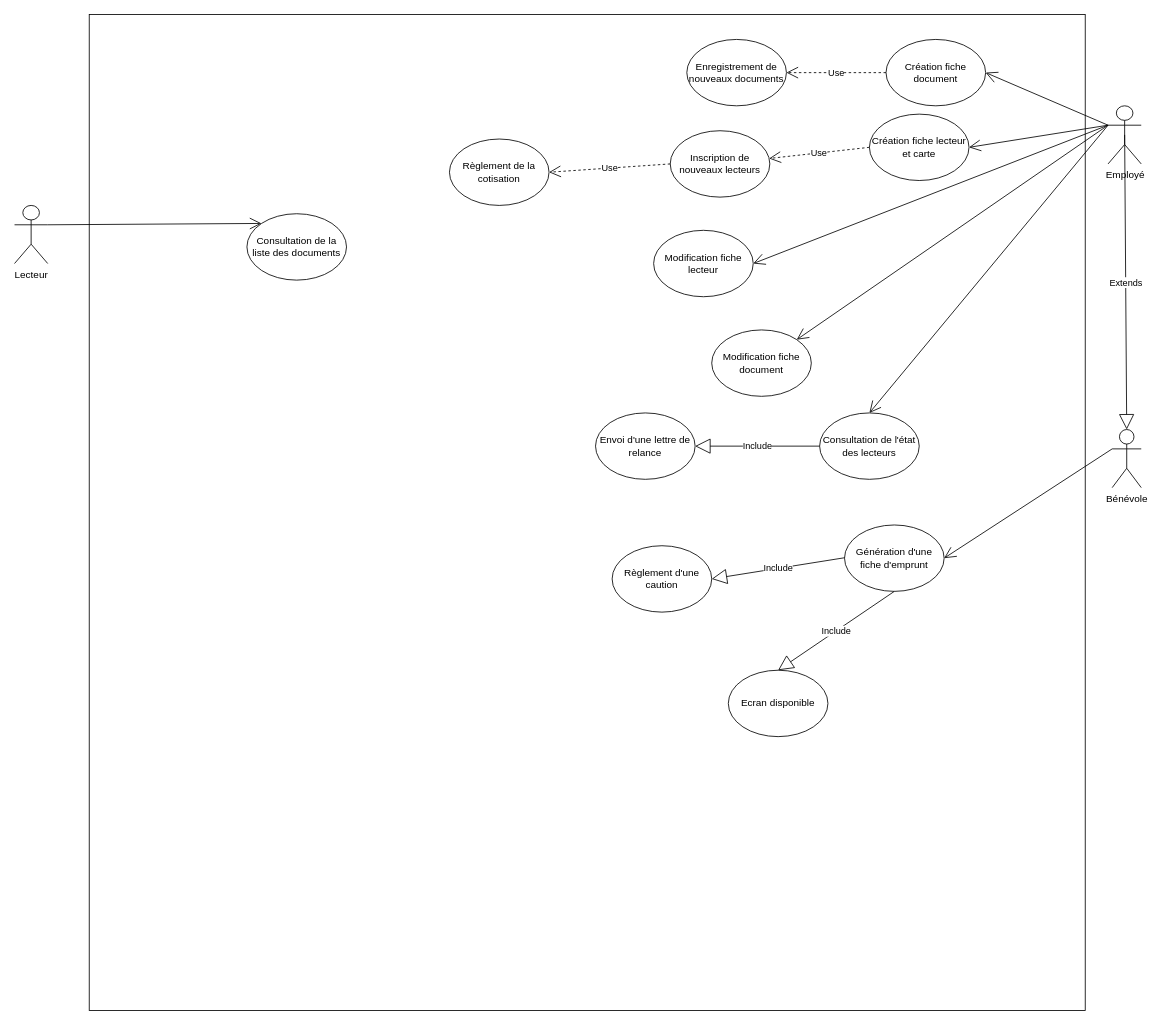
Before: Développer des composants d'interface/Maquetter une application/UML Partie 1/Phase 2 - Cas d'utilisation et Scénarios/diagramme_cas_d_utilisation.drawio in BaltoClem/Travaux_CDA, a draw.io diagram. Source tidied: cells renumbered, new cells numbered last; positions are measured from the earlier drawing's top-left corner, leaving out a move shared by most shapes. Both pictures are drawn from the tidied source at 83%, with x=0, y=0 at pixel (14, 14).
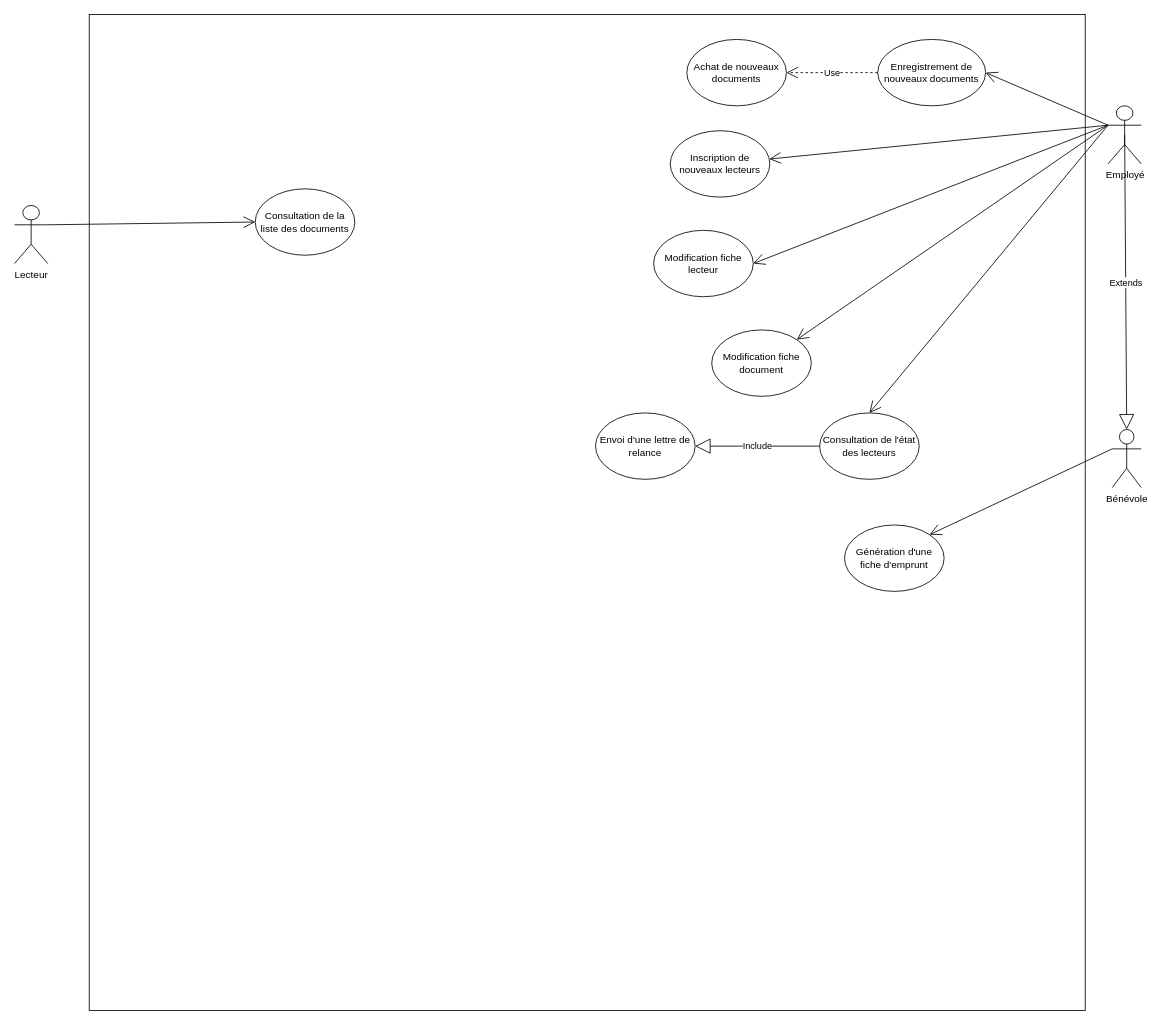
The same page after the edit.

Unchanged cells that the change refers to:
```xml
<mxCell id="3" value="Employé" style="shape=umlActor;verticalLabelPosition=bottom;verticalAlign=top;html=1;outlineConnect=0;" parent="1" vertex="1">
  <mxGeometry x="1317.5" y="110" width="40" height="70" as="geometry" />
</mxCell>
<mxCell id="4" value="Lecteur" style="shape=umlActor;verticalLabelPosition=bottom;verticalAlign=top;html=1;outlineConnect=0;" parent="1" vertex="1">
  <mxGeometry y="230" width="40" height="70" as="geometry" />
</mxCell>
<mxCell id="5" value="Bénévole" style="shape=umlActor;verticalLabelPosition=bottom;verticalAlign=top;html=1;outlineConnect=0;" parent="1" vertex="1">
  <mxGeometry x="1322.5" y="500" width="35" height="70" as="geometry" />
</mxCell>
<mxCell id="9" value="Inscription de nouveaux lecteurs" style="ellipse;whiteSpace=wrap;html=1;" parent="1" vertex="1">
  <mxGeometry x="790" y="140" width="120" height="80" as="geometry" />
</mxCell>
<mxCell id="25" value="Génération d'une fiche d'emprunt" style="ellipse;whiteSpace=wrap;html=1;" parent="1" vertex="1">
  <mxGeometry x="1000" y="615" width="120" height="80" as="geometry" />
</mxCell>
```

Diff of the diagram source:
```diff
@@
-    <mxCell id="6" value="Création fiche document" style="ellipse;whiteSpace=wrap;html=1;" parent="1" vertex="1">
-      <mxGeometry x="1050" y="30" width="120" height="80" as="geometry" />
+    <mxCell id="6" value="Enregistrement de nouveaux documents" style="ellipse;whiteSpace=wrap;html=1;" parent="1" vertex="1">
+      <mxGeometry x="1040" y="30" width="130" height="80" as="geometry" />
     </mxCell>
-    <mxCell id="7" value="Création fiche lecteur et carte" style="ellipse;whiteSpace=wrap;html=1;" parent="1" vertex="1">
-      <mxGeometry x="1030" y="120" width="120" height="80" as="geometry" />
-    </mxCell>
-    <mxCell id="8" value="Enregistrement de nouveaux documents" style="ellipse;whiteSpace=wrap;html=1;" parent="1" vertex="1">
+    <mxCell id="8" value="Achat de nouveaux documents" style="ellipse;whiteSpace=wrap;html=1;" parent="1" vertex="1">
       <mxGeometry x="810" y="30" width="120" height="80" as="geometry" />
     </mxCell>
@@
-    <mxCell id="11" style="endArrow=open;endFill=1;endSize=12;html=1;exitX=0;exitY=0.3333333333333333;exitDx=0;exitDy=0;exitPerimeter=0;entryX=1;entryY=0.5;entryDx=0;entryDy=0;" parent="1" edge="1" source="3" target="7">
+    <mxCell id="11" style="endArrow=open;endFill=1;endSize=12;html=1;exitX=0;exitY=0.3333333333333333;exitDx=0;exitDy=0;exitPerimeter=0;" parent="1" edge="1" source="3" target="9">
       <mxGeometry relative="1" as="geometry" />
     </mxCell>
@@
-    <mxCell id="14" value="Use" style="endArrow=open;endSize=12;dashed=1;html=1;exitX=0;exitY=0.5;exitDx=0;exitDy=0;" parent="1" edge="1" source="7" target="9">
-      <mxGeometry relative="1" as="geometry" />
-    </mxCell>
@@
-    <mxCell id="16" value="Règlement de la cotisation" style="ellipse;whiteSpace=wrap;html=1;" parent="1" vertex="1">
-      <mxGeometry x="524" y="150" width="120" height="80" as="geometry" />
-    </mxCell>
-    <mxCell id="17" value="Use" style="endArrow=open;endSize=12;dashed=1;html=1;exitX=0;exitY=0.5;exitDx=0;exitDy=0;entryX=1;entryY=0.5;entryDx=0;entryDy=0;" parent="1" edge="1" source="9" target="16">
-      <mxGeometry relative="1" as="geometry" />
-    </mxCell>
-    <mxCell id="18" value="Règlement d'une caution" style="ellipse;whiteSpace=wrap;html=1;" parent="1" vertex="1">
-      <mxGeometry x="720" y="640" width="120" height="80" as="geometry" />
-    </mxCell>
@@
     <mxCell id="26" value="Consultation de la liste des documents" style="ellipse;whiteSpace=wrap;html=1;" parent="1" vertex="1">
-      <mxGeometry x="280" y="240" width="120" height="80" as="geometry" />
+      <mxGeometry x="290" y="210" width="120" height="80" as="geometry" />
     </mxCell>
-    <mxCell id="27" style="endArrow=open;endFill=1;endSize=12;html=1;exitX=1;exitY=0.3333333333333333;exitDx=0;exitDy=0;exitPerimeter=0;entryX=0;entryY=0;entryDx=0;entryDy=0;" parent="1" edge="1" source="4" target="26">
+    <mxCell id="27" style="endArrow=open;endFill=1;endSize=12;html=1;exitX=1;exitY=0.3333333333333333;exitDx=0;exitDy=0;exitPerimeter=0;entryX=0;entryY=0.5;entryDx=0;entryDy=0;" parent="1" edge="1" source="4" target="26">
       <mxGeometry relative="1" as="geometry" />
     </mxCell>
@@
-    <mxCell id="29" style="endArrow=open;endFill=1;endSize=12;html=1;exitX=0;exitY=0.3333333333333333;exitDx=0;exitDy=0;exitPerimeter=0;entryX=1;entryY=0.5;entryDx=0;entryDy=0;" parent="1" edge="1" source="5" target="25">
+    <mxCell id="29" style="endArrow=open;endFill=1;endSize=12;html=1;exitX=0;exitY=0.3333333333333333;exitDx=0;exitDy=0;exitPerimeter=0;entryX=1;entryY=0;entryDx=0;entryDy=0;" parent="1" edge="1" source="5" target="25">
       <mxGeometry relative="1" as="geometry" />
     </mxCell>
-    <mxCell id="30" value="Include" style="endArrow=block;endSize=16;endFill=0;html=1;exitX=0;exitY=0.5;exitDx=0;exitDy=0;entryX=1;entryY=0.5;entryDx=0;entryDy=0;" parent="1" edge="1" target="18">
-      <mxGeometry relative="1" as="geometry">
-        <mxPoint x="1000" y="654.5" as="sourcePoint" />
-      </mxGeometry>
-    </mxCell>
-    <mxCell id="31" value="Ecran disponible" style="ellipse;whiteSpace=wrap;html=1;" parent="1" vertex="1">
-      <mxGeometry x="860" y="790" width="120" height="80" as="geometry" />
-    </mxCell>
-    <mxCell id="32" value="Include" style="endArrow=block;endSize=16;endFill=0;html=1;exitX=0.5;exitY=1;exitDx=0;exitDy=0;entryX=0.5;entryY=0;entryDx=0;entryDy=0;" parent="1" edge="1" source="25" target="31">
-      <mxGeometry relative="1" as="geometry" />
-    </mxCell>
```
